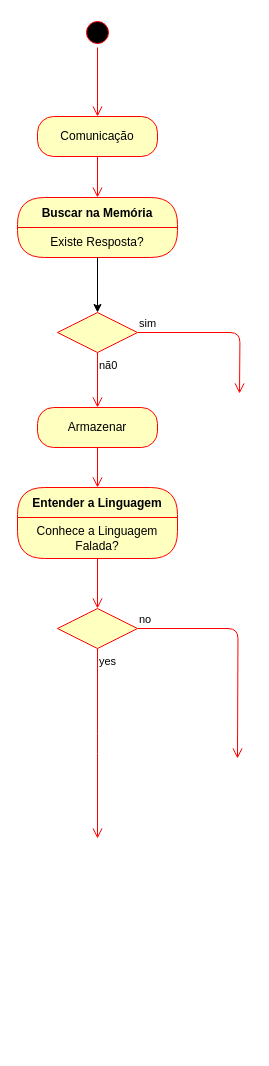
Earlier version of the draw.io diagram docs/diagrama_de_fluxo_aurora.drawio (marvinho-tn/aurora). Source tidied: cells renumbered, new cells numbered last; positions are measured from the earlier drawing's top-left corner, leaving out a move shared by most shapes. Both pictures are drawn from the tidied source at 100%, with x=0, y=0 at pixel (17, 17).
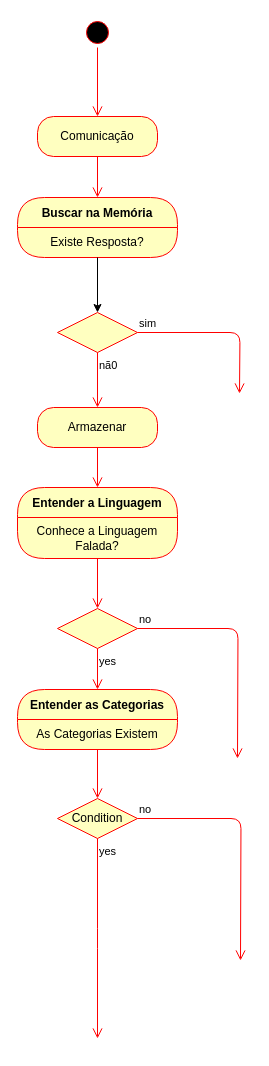
The same diagram, later.

Unchanged cells that the change refers to:
```xml
<mxCell id="17" style="rhombus;whiteSpace=wrap;html=1;fillColor=#ffffc0;strokeColor=#ff0000;" parent="1" vertex="1">
  <mxGeometry x="40" y="591" width="80" height="40" as="geometry" />
</mxCell>
```

Diff of the diagram source:
```diff
@@
-    <mxCell id="19" value="yes" style="edgeStyle=orthogonalEdgeStyle;html=1;align=left;verticalAlign=top;endArrow=open;endSize=8;strokeColor=#ff0000;" parent="1" edge="1" source="17">
-      <mxGeometry x="-1" relative="1" as="geometry">
-        <mxPoint x="80" y="821" as="targetPoint" />
-      </mxGeometry>
+    <mxCell id="19" value="yes" style="edgeStyle=orthogonalEdgeStyle;html=1;align=left;verticalAlign=top;endArrow=open;endSize=8;strokeColor=#ff0000;entryX=0.5;entryY=0;entryDx=0;entryDy=0;" parent="1" edge="1" source="17" target="20">
+      <mxGeometry x="-1" relative="1" as="geometry" />
     </mxCell>
+    <mxCell id="20" value="Entender as Categorias" style="swimlane;fontStyle=1;align=center;verticalAlign=middle;horizontal=1;startSize=30;fontColor=#000000;rounded=1;arcSize=30;strokeColor=#ff0000;fillColor=#ffffc0;swimlaneFillColor=#ffffc0;" parent="1" vertex="1">
+      <mxGeometry y="672" width="160" height="60" as="geometry" />
+    </mxCell>
+    <mxCell id="21" value="As Categorias Existem" style="text;html=1;strokeColor=none;fillColor=none;align=center;verticalAlign=middle;spacingLeft=4;spacingRight=4;whiteSpace=wrap;overflow=hidden;fontColor=#000000;" parent="20" vertex="1">
+      <mxGeometry y="30" width="160" height="30" as="geometry" />
+    </mxCell>
+    <mxCell id="22" style="edgeStyle=orthogonalEdgeStyle;html=1;verticalAlign=bottom;endArrow=open;endSize=8;strokeColor=#ff0000;entryX=0.5;entryY=0;entryDx=0;entryDy=0;" parent="1" edge="1" source="20" target="23">
+      <mxGeometry relative="1" as="geometry" />
+    </mxCell>
+    <mxCell id="23" value="Condition" style="rhombus;whiteSpace=wrap;html=1;fillColor=#ffffc0;strokeColor=#ff0000;" parent="1" vertex="1">
+      <mxGeometry x="40" y="781" width="80" height="40" as="geometry" />
+    </mxCell>
+    <mxCell id="24" value="no" style="edgeStyle=orthogonalEdgeStyle;html=1;align=left;verticalAlign=bottom;endArrow=open;endSize=8;strokeColor=#ff0000;" parent="1" edge="1" source="23">
+      <mxGeometry x="-1" relative="1" as="geometry">
+        <mxPoint x="223" y="943" as="targetPoint" />
+      </mxGeometry>
+    </mxCell>
+    <mxCell id="25" value="yes" style="edgeStyle=orthogonalEdgeStyle;html=1;align=left;verticalAlign=top;endArrow=open;endSize=8;strokeColor=#ff0000;" parent="1" edge="1" source="23">
+      <mxGeometry x="-1" relative="1" as="geometry">
+        <mxPoint x="80" y="1021" as="targetPoint" />
+      </mxGeometry>
+    </mxCell>
```
